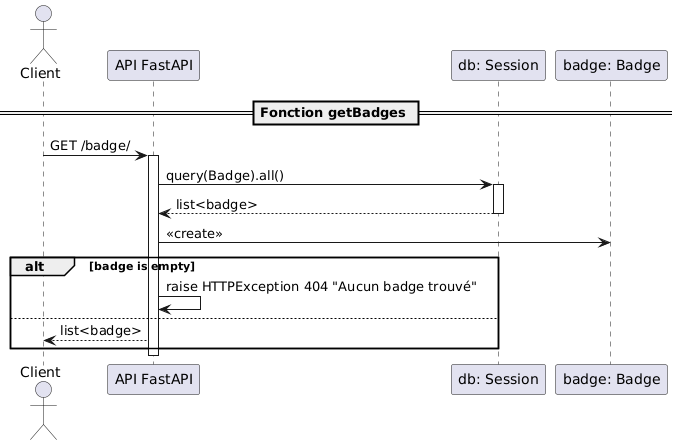
The PlantUML diagram BDD/Diagrammes/Séquence/PGS/getBagdes.png in RobinMartineau/Acc-s-campus-, before a commit. The source it was exported from:
```plantuml
@startuml
actor Client
participant "API FastAPI" as api
participant "db: Session"
participant "badge: Badge"

== Fonction getBadges ==

Client -> api : GET /badge/
activate api

api -> "db: Session" : query(Badge).all()
activate "db: Session"
"db: Session" --> api : list<badge>
deactivate "db: Session"
api -> "badge: Badge" : <<create>>

alt badge is empty
    api -> api : raise HTTPException 404 "Aucun badge trouvé"
else
    api --> Client : list<badge>
end

deactivate api
@enduml
```
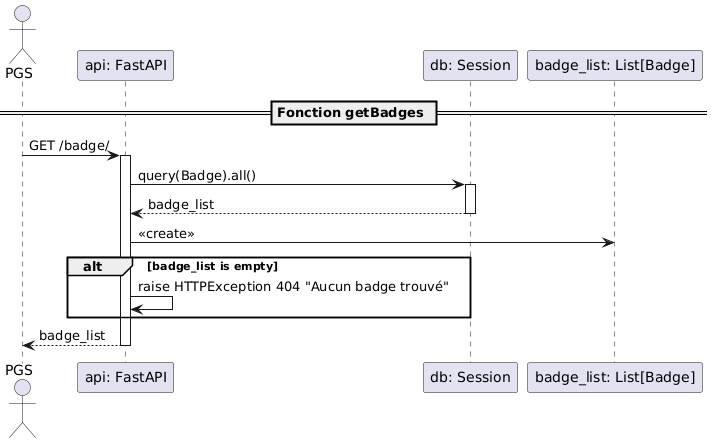
After the commit.

The edit, as a diff of the source:
```diff
@@ -1,25 +1,24 @@
 @startuml
-actor Client
-participant "API FastAPI" as api
+actor PGS
+participant "api: FastAPI"
 participant "db: Session"
-participant "badge: Badge"
+participant "badge_list: List[Badge]"
 
 == Fonction getBadges ==
+PGS -> "api: FastAPI" : GET /badge/
+activate "api: FastAPI"
 
-Client -> api : GET /badge/
-activate api
+"api: FastAPI" -> "db: Session" : query(Badge).all()
+activate "db: Session"
+"db: Session" --> "api: FastAPI" : badge_list
+deactivate "db: Session"
 
-api -> "db: Session" : query(Badge).all()
-activate "db: Session"
-"db: Session" --> api : list<badge>
-deactivate "db: Session"
-api -> "badge: Badge" : <<create>>
+"api: FastAPI" -> "badge_list: List[Badge]" : <<create>>
 
-alt badge is empty
-    api -> api : raise HTTPException 404 "Aucun badge trouvé"
-else
-    api --> Client : list<badge>
+alt badge_list is empty
+    "api: FastAPI" -> "api: FastAPI" : raise HTTPException 404 "Aucun badge trouvé"
 end
 
-deactivate api
+"api: FastAPI" --> PGS : badge_list
+deactivate "api: FastAPI"
 @enduml
```
